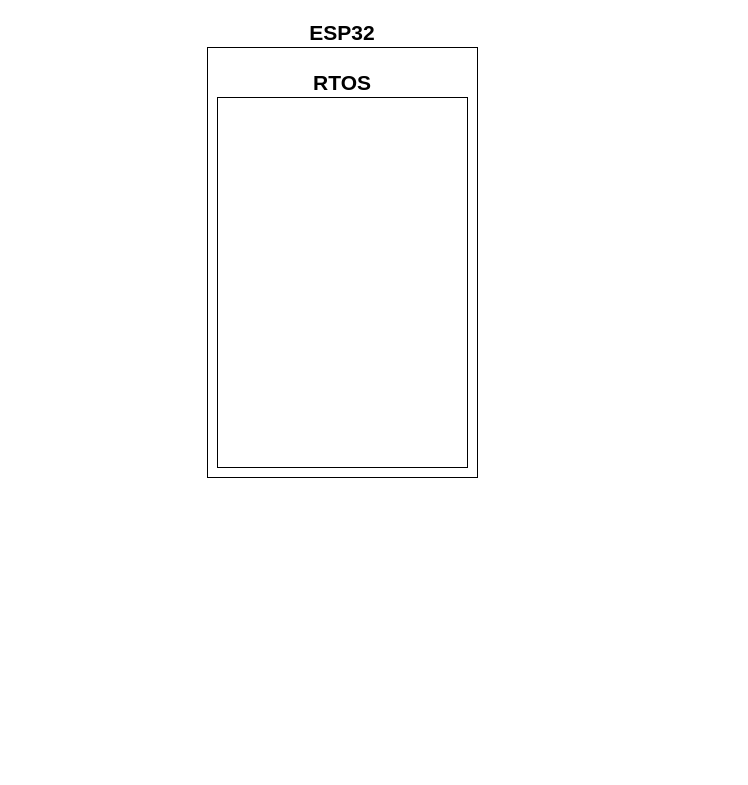
Earlier version of the draw.io diagram Projeto/diagrama_de_relacoes_hw-sw.drawio (eduardo-ufmg/EEE026_SisEmbutidos). Source tidied: cells renumbered, new cells numbered last; positions are measured from the earlier drawing's top-left corner, leaving out a move shared by most shapes. Both pictures are drawn from the tidied source at 100%, with x=0, y=0 at pixel (207, 17).
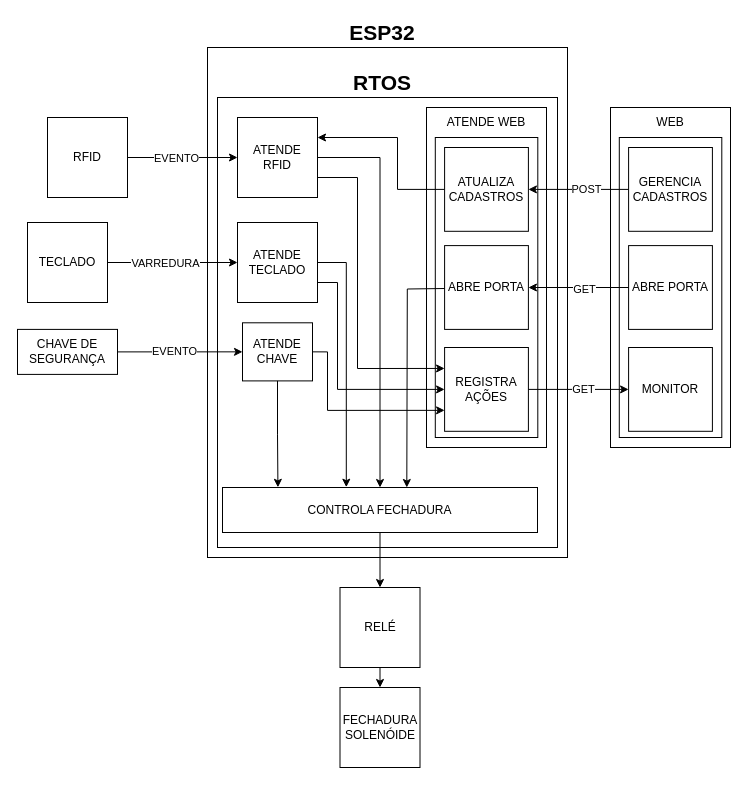
After the change.

Change to the diagram source:
```diff
@@
     <mxCell id="2" style="rounded=0;whiteSpace=wrap;html=1;" parent="1" vertex="1">
-      <mxGeometry y="30" width="270" height="430" as="geometry" />
+      <mxGeometry y="30" width="360" height="510" as="geometry" />
     </mxCell>
     <mxCell id="3" value="&lt;b&gt;&lt;font style=&quot;font-size: 21px;&quot;&gt;ESP32&lt;/font&gt;&lt;/b&gt;" style="text;html=1;align=center;verticalAlign=middle;whiteSpace=wrap;rounded=0;" parent="1" vertex="1">
-      <mxGeometry x="105" width="60" height="30" as="geometry" />
+      <mxGeometry x="145" width="60" height="30" as="geometry" />
     </mxCell>
     <mxCell id="4" style="rounded=0;whiteSpace=wrap;html=1;" parent="1" vertex="1">
-      <mxGeometry x="10" y="80" width="250" height="370" as="geometry" />
+      <mxGeometry x="10" y="80" width="340" height="450" as="geometry" />
     </mxCell>
     <mxCell id="5" value="&lt;b&gt;&lt;font style=&quot;font-size: 21px;&quot;&gt;RTOS&lt;/font&gt;&lt;/b&gt;" style="text;html=1;align=center;verticalAlign=middle;whiteSpace=wrap;rounded=0;" parent="1" vertex="1">
-      <mxGeometry x="105" y="50" width="60" height="30" as="geometry" />
+      <mxGeometry x="145" y="50" width="60" height="30" as="geometry" />
     </mxCell>
+    <mxCell id="6" style="edgeStyle=orthogonalEdgeStyle;rounded=0;jettySize=auto;html=1;exitX=1;exitY=0.5;exitDx=0;exitDy=0;entryX=0;entryY=0.5;entryDx=0;entryDy=0;" parent="1" edge="1" source="8" target="16">
+      <mxGeometry relative="1" as="geometry" />
+    </mxCell>
+    <mxCell id="7" value="EVENTO" style="edgeLabel;html=1;align=center;verticalAlign=middle;" parent="6" vertex="1">
+      <mxGeometry x="-0.12" relative="1" as="geometry" />
+    </mxCell>
+    <mxCell id="8" value="RFID" style="whiteSpace=wrap;html=1;" parent="1" vertex="1">
+      <mxGeometry x="-160" y="100" width="80" height="80" as="geometry" />
+    </mxCell>
+    <mxCell id="9" style="edgeStyle=orthogonalEdgeStyle;rounded=0;jettySize=auto;html=1;exitX=1;exitY=0.5;exitDx=0;exitDy=0;entryX=0;entryY=0.5;entryDx=0;entryDy=0;" parent="1" edge="1" source="11" target="42">
+      <mxGeometry relative="1" as="geometry" />
+    </mxCell>
+    <mxCell id="10" value="EVENTO" style="edgeLabel;html=1;align=center;verticalAlign=middle;" parent="9" vertex="1">
+      <mxGeometry x="-0.09" y="1" relative="1" as="geometry" />
+    </mxCell>
+    <mxCell id="11" value="CHAVE DE SEGURANÇA" style="rounded=0;whiteSpace=wrap;html=1;" parent="1" vertex="1">
+      <mxGeometry x="-190" y="311.9" width="100" height="45" as="geometry" />
+    </mxCell>
+    <mxCell id="12" style="edgeStyle=orthogonalEdgeStyle;rounded=0;jettySize=auto;html=1;exitX=0.5;exitY=1;exitDx=0;exitDy=0;entryX=0.5;entryY=0;entryDx=0;entryDy=0;" parent="1" edge="1" source="13" target="14">
+      <mxGeometry relative="1" as="geometry" />
+    </mxCell>
+    <mxCell id="13" value="RELÉ" style="whiteSpace=wrap;html=1;" parent="1" vertex="1">
+      <mxGeometry x="132.5" y="570" width="80" height="80" as="geometry" />
+    </mxCell>
+    <mxCell id="14" value="FECHADURA SOLENÓIDE" style="whiteSpace=wrap;html=1;" parent="1" vertex="1">
+      <mxGeometry x="132.5" y="670" width="80" height="80" as="geometry" />
+    </mxCell>
+    <mxCell id="15" style="edgeStyle=orthogonalEdgeStyle;rounded=0;jettySize=auto;html=1;exitX=1;exitY=0.5;exitDx=0;exitDy=0;entryX=0.5;entryY=0;entryDx=0;entryDy=0;" parent="1" edge="1" source="16" target="44">
+      <mxGeometry relative="1" as="geometry" />
+    </mxCell>
+    <mxCell id="16" value="ATENDE RFID" style="whiteSpace=wrap;html=1;" parent="1" vertex="1">
+      <mxGeometry x="30" y="100" width="80" height="80" as="geometry" />
+    </mxCell>
+    <mxCell id="17" style="rounded=0;whiteSpace=wrap;html=1;" parent="1" vertex="1">
+      <mxGeometry x="403" y="90" width="120" height="340" as="geometry" />
+    </mxCell>
+    <mxCell id="18" style="rounded=0;whiteSpace=wrap;html=1;" parent="1" vertex="1">
+      <mxGeometry x="411.8" y="120" width="102.5" height="300" as="geometry" />
+    </mxCell>
+    <mxCell id="19" value="WEB" style="text;html=1;align=center;verticalAlign=middle;whiteSpace=wrap;rounded=0;" parent="1" vertex="1">
+      <mxGeometry x="433" y="90" width="60" height="30" as="geometry" />
+    </mxCell>
+    <mxCell id="20" value="GERENCIA CADASTROS" style="whiteSpace=wrap;html=1;" parent="1" vertex="1">
+      <mxGeometry x="421.1" y="130" width="83.8" height="83.8" as="geometry" />
+    </mxCell>
+    <mxCell id="21" value="ABRE PORTA" style="whiteSpace=wrap;html=1;" parent="1" vertex="1">
+      <mxGeometry x="421.1" y="228.1" width="83.8" height="83.8" as="geometry" />
+    </mxCell>
+    <mxCell id="22" value="MONITOR" style="whiteSpace=wrap;html=1;" parent="1" vertex="1">
+      <mxGeometry x="421.1" y="330" width="83.8" height="83.8" as="geometry" />
+    </mxCell>
+    <mxCell id="23" style="rounded=0;whiteSpace=wrap;html=1;" parent="1" vertex="1">
+      <mxGeometry x="219" y="90" width="120" height="340" as="geometry" />
+    </mxCell>
+    <mxCell id="24" style="rounded=0;whiteSpace=wrap;html=1;" parent="1" vertex="1">
+      <mxGeometry x="227.8" y="120" width="102.5" height="300" as="geometry" />
+    </mxCell>
+    <mxCell id="25" value="ATENDE WEB" style="text;html=1;align=center;verticalAlign=middle;whiteSpace=wrap;rounded=0;" parent="1" vertex="1">
+      <mxGeometry x="229" y="90" width="100" height="30" as="geometry" />
+    </mxCell>
+    <mxCell id="26" style="edgeStyle=orthogonalEdgeStyle;rounded=0;jettySize=auto;html=1;exitX=0;exitY=0.5;exitDx=0;exitDy=0;entryX=1;entryY=0.25;entryDx=0;entryDy=0;" parent="1" edge="1" source="27" target="16">
+      <mxGeometry relative="1" as="geometry">
+        <Array as="points">
+          <mxPoint x="190" y="172" />
+          <mxPoint x="190" y="120" />
+        </Array>
+      </mxGeometry>
+    </mxCell>
+    <mxCell id="27" value="ATUALIZA CADASTROS" style="whiteSpace=wrap;html=1;" parent="1" vertex="1">
+      <mxGeometry x="237.1" y="130" width="83.8" height="83.8" as="geometry" />
+    </mxCell>
+    <mxCell id="28" value="ABRE PORTA" style="whiteSpace=wrap;html=1;" parent="1" vertex="1">
+      <mxGeometry x="237.1" y="228.1" width="83.8" height="83.8" as="geometry" />
+    </mxCell>
+    <mxCell id="29" value="REGISTRA AÇÕES" style="whiteSpace=wrap;html=1;" parent="1" vertex="1">
+      <mxGeometry x="237.1" y="330" width="83.8" height="83.8" as="geometry" />
+    </mxCell>
+    <mxCell id="30" style="edgeStyle=orthogonalEdgeStyle;rounded=0;jettySize=auto;html=1;exitX=0;exitY=0.5;exitDx=0;exitDy=0;entryX=1;entryY=0.5;entryDx=0;entryDy=0;" parent="1" edge="1" source="20" target="27">
+      <mxGeometry relative="1" as="geometry" />
+    </mxCell>
+    <mxCell id="31" value="POST" style="edgeLabel;html=1;align=center;verticalAlign=middle;" parent="30" vertex="1">
+      <mxGeometry x="-0.15" y="3" relative="1" as="geometry">
+        <mxPoint y="-3" as="offset" />
+      </mxGeometry>
+    </mxCell>
+    <mxCell id="32" style="edgeStyle=orthogonalEdgeStyle;rounded=0;jettySize=auto;html=1;exitX=0;exitY=0.5;exitDx=0;exitDy=0;entryX=1;entryY=0.5;entryDx=0;entryDy=0;" parent="1" edge="1" source="21" target="28">
+      <mxGeometry relative="1" as="geometry" />
+    </mxCell>
+    <mxCell id="33" value="GET" style="edgeLabel;html=1;align=center;verticalAlign=middle;" parent="32" vertex="1">
+      <mxGeometry x="-0.11" y="1" relative="1" as="geometry" />
+    </mxCell>
+    <mxCell id="34" style="edgeStyle=orthogonalEdgeStyle;rounded=0;jettySize=auto;html=1;exitX=0;exitY=0.5;exitDx=0;exitDy=0;entryX=1;entryY=0.5;entryDx=0;entryDy=0;startArrow=classic;startFill=1;endArrow=none;endFill=0;" parent="1" edge="1" source="22" target="29">
+      <mxGeometry relative="1" as="geometry" />
+    </mxCell>
+    <mxCell id="35" value="GET" style="edgeLabel;html=1;align=center;verticalAlign=middle;" parent="34" vertex="1">
+      <mxGeometry x="0.01" relative="1" as="geometry">
+        <mxPoint x="5" as="offset" />
+      </mxGeometry>
+    </mxCell>
+    <mxCell id="36" style="edgeStyle=orthogonalEdgeStyle;rounded=0;jettySize=auto;html=1;exitX=1;exitY=0.5;exitDx=0;exitDy=0;entryX=0;entryY=0.5;entryDx=0;entryDy=0;" parent="1" edge="1" source="38" target="40">
+      <mxGeometry relative="1" as="geometry" />
+    </mxCell>
+    <mxCell id="37" value="VARREDURA" style="edgeLabel;html=1;align=center;verticalAlign=middle;" parent="36" vertex="1">
+      <mxGeometry x="-0.12" relative="1" as="geometry" />
+    </mxCell>
+    <mxCell id="38" value="TECLADO" style="whiteSpace=wrap;html=1;" parent="1" vertex="1">
+      <mxGeometry x="-180" y="205" width="80" height="80" as="geometry" />
+    </mxCell>
+    <mxCell id="39" style="edgeStyle=orthogonalEdgeStyle;rounded=0;jettySize=auto;html=1;exitX=1;exitY=0.75;exitDx=0;exitDy=0;entryX=0;entryY=0.5;entryDx=0;entryDy=0;" parent="1" edge="1" source="40" target="29">
+      <mxGeometry relative="1" as="geometry">
+        <Array as="points">
+          <mxPoint x="130" y="265" />
+          <mxPoint x="130" y="372" />
+        </Array>
+      </mxGeometry>
+    </mxCell>
+    <mxCell id="40" value="ATENDE TECLADO" style="whiteSpace=wrap;html=1;" parent="1" vertex="1">
+      <mxGeometry x="30" y="205" width="80" height="80" as="geometry" />
+    </mxCell>
+    <mxCell id="41" style="edgeStyle=orthogonalEdgeStyle;rounded=0;jettySize=auto;html=1;exitX=1;exitY=0.5;exitDx=0;exitDy=0;entryX=0;entryY=0.75;entryDx=0;entryDy=0;" parent="1" edge="1" source="42" target="29">
+      <mxGeometry relative="1" as="geometry">
+        <Array as="points">
+          <mxPoint x="120" y="334" />
+          <mxPoint x="120" y="393" />
+        </Array>
+      </mxGeometry>
+    </mxCell>
+    <mxCell id="42" value="ATENDE CHAVE" style="rounded=0;whiteSpace=wrap;html=1;" parent="1" vertex="1">
+      <mxGeometry x="35" y="305.3" width="70" height="58.1" as="geometry" />
+    </mxCell>
+    <mxCell id="43" style="edgeStyle=orthogonalEdgeStyle;rounded=0;jettySize=auto;html=1;exitX=0.5;exitY=1;exitDx=0;exitDy=0;entryX=0.5;entryY=0;entryDx=0;entryDy=0;" parent="1" edge="1" source="44" target="13">
+      <mxGeometry relative="1" as="geometry" />
+    </mxCell>
+    <mxCell id="44" value="CONTROLA FECHADURA" style="rounded=0;whiteSpace=wrap;html=1;" parent="1" vertex="1">
+      <mxGeometry x="15" y="470" width="315" height="45" as="geometry" />
+    </mxCell>
+    <mxCell id="45" style="edgeStyle=orthogonalEdgeStyle;rounded=0;jettySize=auto;html=1;exitX=0.5;exitY=1;exitDx=0;exitDy=0;entryX=0.176;entryY=-0.004;entryDx=0;entryDy=0;entryPerimeter=0;" parent="1" edge="1" source="42" target="44">
+      <mxGeometry relative="1" as="geometry" />
+    </mxCell>
+    <mxCell id="46" style="edgeStyle=orthogonalEdgeStyle;rounded=0;jettySize=auto;html=1;exitX=1;exitY=0.5;exitDx=0;exitDy=0;entryX=0.393;entryY=-0.007;entryDx=0;entryDy=0;entryPerimeter=0;" parent="1" edge="1" source="40" target="44">
+      <mxGeometry relative="1" as="geometry" />
+    </mxCell>
+    <mxCell id="47" style="edgeStyle=orthogonalEdgeStyle;rounded=0;orthogonalLoop=1;jettySize=auto;html=1;exitX=0;exitY=0.5;exitDx=0;exitDy=0;entryX=0.585;entryY=-0.022;entryDx=0;entryDy=0;entryPerimeter=0;" parent="1" edge="1">
+      <mxGeometry relative="1" as="geometry">
+        <mxPoint x="237.1" y="271" as="sourcePoint" />
+        <mxPoint x="199.3" y="470" as="targetPoint" />
+      </mxGeometry>
+    </mxCell>
+    <mxCell id="48" style="edgeStyle=orthogonalEdgeStyle;rounded=0;jettySize=auto;html=1;exitX=1;exitY=0.75;exitDx=0;exitDy=0;entryX=0;entryY=0.25;entryDx=0;entryDy=0;" parent="1" edge="1" source="16" target="29">
+      <mxGeometry relative="1" as="geometry">
+        <Array as="points">
+          <mxPoint x="150" y="160" />
+          <mxPoint x="150" y="351" />
+        </Array>
+      </mxGeometry>
+    </mxCell>
```
